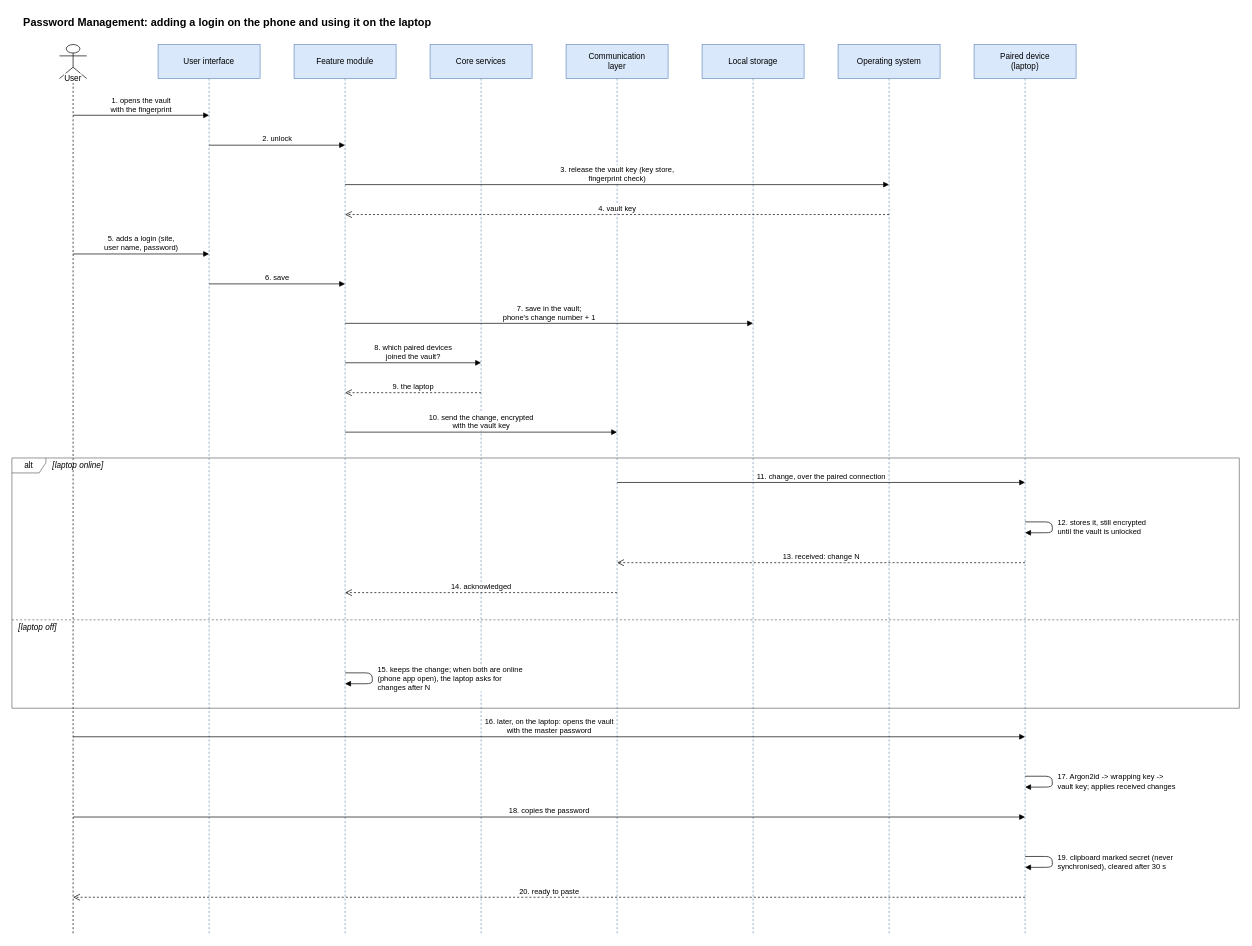
Ali-Alasiri/graduation-project-phase-one keeps this draw.io diagram as diagrams/C7-vault-sequence.drawio. Above is the earlier version. Source tidied: cells renumbered, new cells numbered last; positions are measured from the earlier drawing's top-left corner, leaving out a move shared by most shapes. Both pictures are drawn from the tidied source at 68%, with x=0, y=0 at pixel (12, 12).
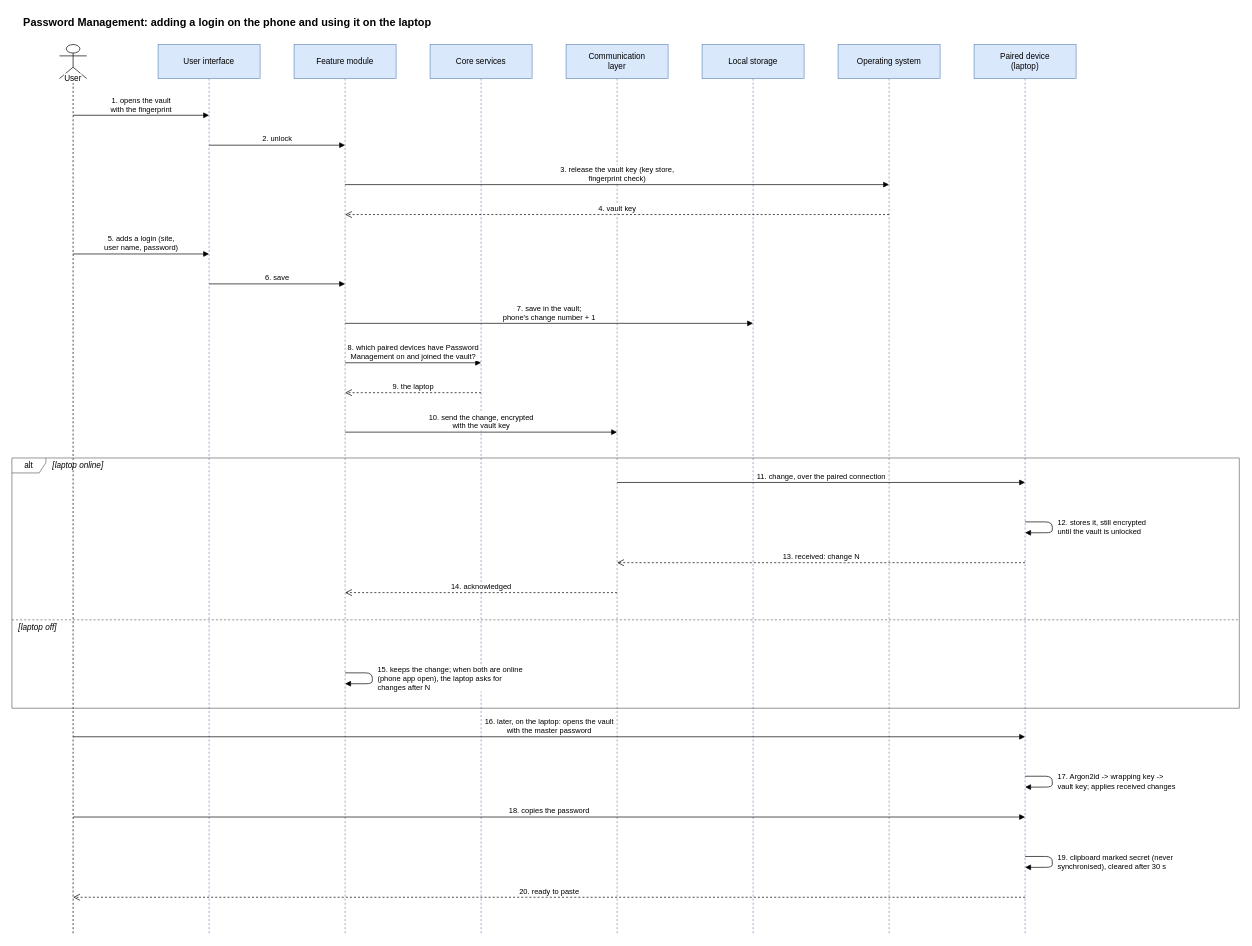
The same diagram, later.

Commit message (it also covers changes not shown here):
C7: fixes after review (stored keys wording, Android biometrics, diagram condition restored)

Claude-Session: https://claude.ai/code/session_01BeHf3d1kUqbSvqCHyE6dbJ

Change to the diagram source:
```diff
@@
-    <mxCell id="22" value="8. which paired devices&lt;br&gt;joined the vault?" style="html=1;verticalAlign=bottom;labelBackgroundColor=#ffffff;fontSize=11;endArrow=block;endFill=1;" parent="1" edge="1">
+    <mxCell id="22" value="8. which paired devices have Password&lt;br&gt;Management on and joined the vault?" style="html=1;verticalAlign=bottom;labelBackgroundColor=#ffffff;fontSize=11;endArrow=block;endFill=1;" parent="1" edge="1">
       <mxGeometry relative="1" as="geometry">
         <mxPoint x="490" y="516" as="sourcePoint" />
         <mxPoint x="690" y="516" as="targetPoint" />
       </mxGeometry>
     </mxCell>
```
